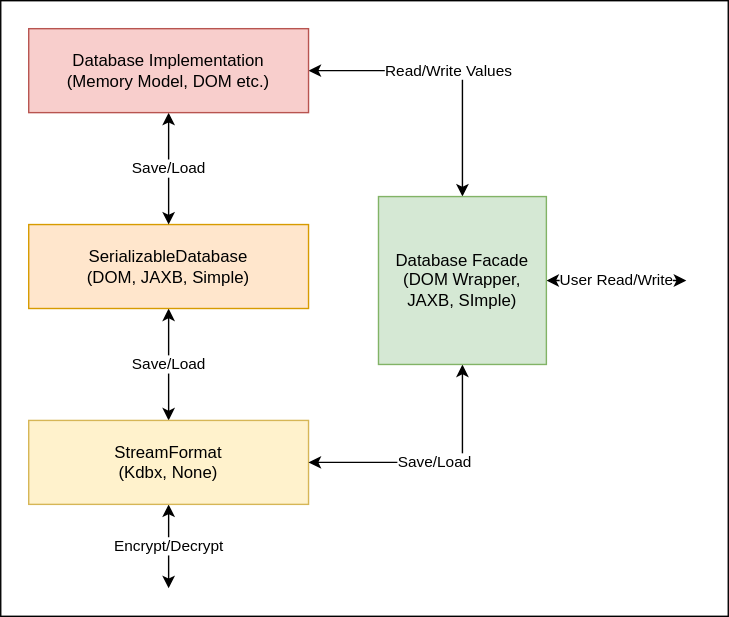
Above: DatabaseStructure.svg in jorabin/KeePassJava2 (draw.io), before the change. Source tidied: cells renumbered, new cells last; positions are measured from the earlier drawing's top-left corner, leaving out a move shared by most shapes.
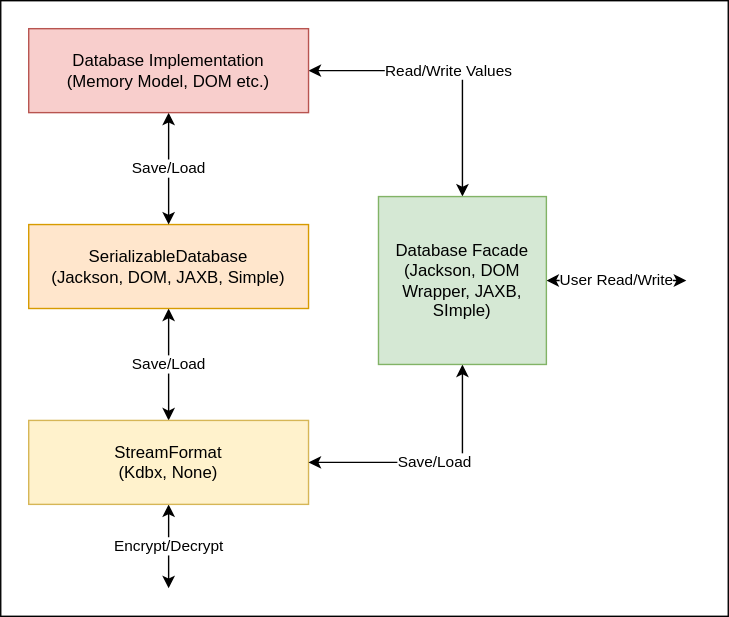
After the commit.

The edit, as a diff of the source:
```diff
@@ -8,7 +8,7 @@
     <mxCell id="3" value="Save/Load" style="edgeStyle=orthogonalEdgeStyle;rounded=0;jettySize=auto;html=1;exitX=0.5;exitY=1;exitDx=0;exitDy=0;entryX=0.5;entryY=0;entryDx=0;entryDy=0;startArrow=classic;startFill=1;" parent="1" edge="1" source="4" target="6">
       <mxGeometry relative="1" as="geometry" />
     </mxCell>
-    <mxCell id="4" value="SerializableDatabase&lt;br&gt;(DOM, JAXB, Simple)" style="rounded=0;whiteSpace=wrap;html=1;fillColor=#ffe6cc;strokeColor=#d79b00;" parent="1" vertex="1">
+    <mxCell id="4" value="SerializableDatabase&lt;br&gt;(Jackson, DOM, JAXB, Simple)" style="rounded=0;whiteSpace=wrap;html=1;fillColor=#ffe6cc;strokeColor=#d79b00;" parent="1" vertex="1">
       <mxGeometry x="20" y="160" width="200" height="60" as="geometry" />
     </mxCell>
     <mxCell id="5" value="Encrypt/Decrypt" style="edgeStyle=orthogonalEdgeStyle;rounded=0;jettySize=auto;html=1;exitX=0.5;exitY=1;exitDx=0;exitDy=0;startArrow=classic;startFill=1;" parent="1" edge="1" source="6">
@@ -36,7 +36,7 @@
         <mxPoint x="490" y="200" as="targetPoint" />
       </mxGeometry>
     </mxCell>
-    <mxCell id="12" value="Database Facade&lt;br&gt;(DOM Wrapper, JAXB, SImple)" style="whiteSpace=wrap;html=1;fillColor=#d5e8d4;strokeColor=#82b366;" parent="1" vertex="1">
+    <mxCell id="12" value="Database Facade&lt;br&gt;(Jackson, DOM Wrapper, JAXB, SImple)" style="whiteSpace=wrap;html=1;fillColor=#d5e8d4;strokeColor=#82b366;" parent="1" vertex="1">
       <mxGeometry x="270" y="140" width="120" height="120" as="geometry" />
     </mxCell>
   </root>
```
